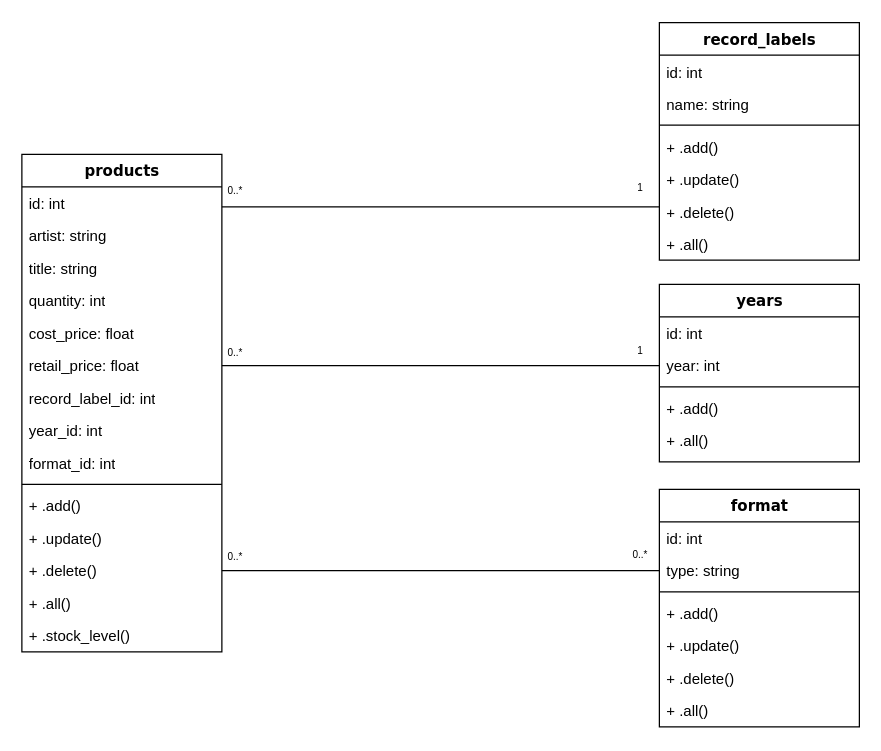
Earlier version of the draw.io diagram class_diagram_record_shop.drawio (cjmcauley/record_shop_inventory_project). Source tidied: cells renumbered, new cells numbered last; positions are measured from the earlier drawing's top-left corner, leaving out a move shared by most shapes. Both pictures are drawn from the tidied source at 125%, with x=0, y=0 at pixel (21, 21).
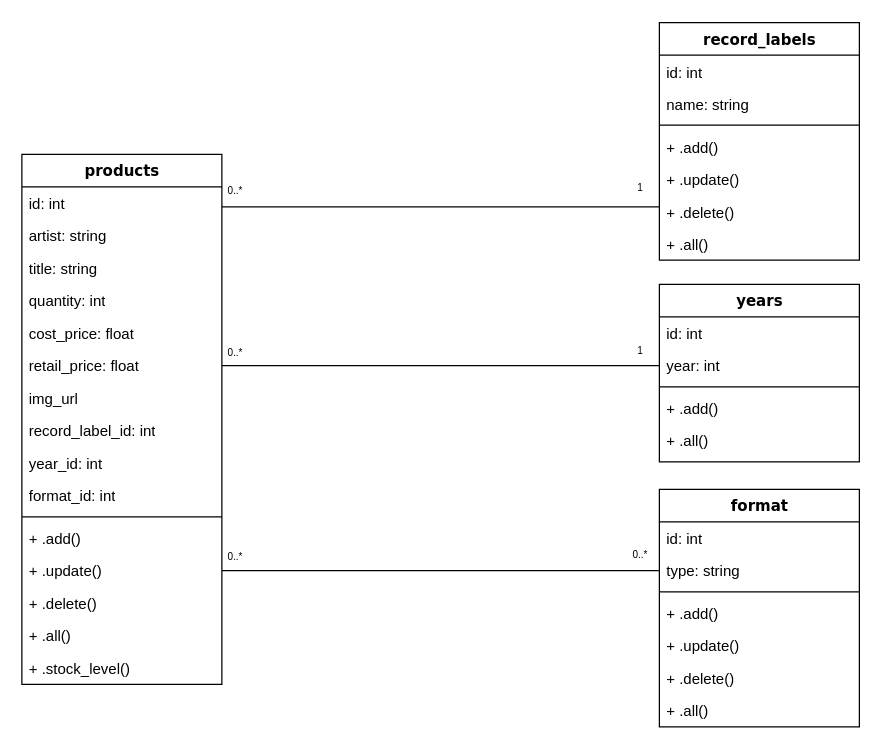
The same diagram, later.

The change refers to these unchanged cells:
```xml
<mxCell id="36" value="type: string" style="text;html=1;strokeColor=none;fillColor=none;align=left;verticalAlign=top;spacingLeft=4;spacingRight=4;whiteSpace=wrap;overflow=hidden;points=[[0,0.5],[1,0.5]];portConstraint=eastwest;" parent="34" vertex="1">
  <mxGeometry y="52" width="160" height="26" as="geometry" />
</mxCell>
```

Change to the diagram source:
```diff
@@
     <mxCell id="2" value="products" style="swimlane;html=1;fontStyle=1;align=center;verticalAlign=top;horizontal=1;startSize=26;swimlaneFillColor=#ffffff;rounded=0;shadow=0;comic=0;labelBackgroundColor=none;strokeColor=#000000;strokeWidth=1;fillColor=none;fontFamily=Verdana;fontSize=12;fontColor=#000000;" parent="1" vertex="1">
-      <mxGeometry y="106" width="160" height="398" as="geometry" />
+      <mxGeometry y="106" width="160" height="424" as="geometry" />
     </mxCell>
@@
+    <mxCell id="49" value="img_url" style="text;html=1;strokeColor=none;fillColor=none;align=left;verticalAlign=top;spacingLeft=4;spacingRight=4;whiteSpace=wrap;overflow=hidden;" parent="2" vertex="1">
+      <mxGeometry y="182" width="160" height="26" as="geometry" />
+    </mxCell>
     <mxCell id="9" value="record_label_id: int" style="text;html=1;strokeColor=none;fillColor=none;align=left;verticalAlign=top;spacingLeft=4;spacingRight=4;whiteSpace=wrap;overflow=hidden;" parent="2" vertex="1">
-      <mxGeometry y="182" width="160" height="26" as="geometry" />
+      <mxGeometry y="208" width="160" height="26" as="geometry" />
     </mxCell>
     <mxCell id="10" value="year_id: int" style="text;html=1;strokeColor=none;fillColor=none;align=left;verticalAlign=top;spacingLeft=4;spacingRight=4;whiteSpace=wrap;overflow=hidden;" parent="2" vertex="1">
-      <mxGeometry y="208" width="160" height="26" as="geometry" />
+      <mxGeometry y="234" width="160" height="26" as="geometry" />
     </mxCell>
     <mxCell id="11" value="format_id: int" style="text;html=1;strokeColor=none;fillColor=none;align=left;verticalAlign=top;spacingLeft=4;spacingRight=4;whiteSpace=wrap;overflow=hidden;" parent="2" vertex="1">
-      <mxGeometry y="234" width="160" height="26" as="geometry" />
+      <mxGeometry y="260" width="160" height="26" as="geometry" />
     </mxCell>
     <mxCell id="12" style="line;html=1;strokeWidth=1;fillColor=none;align=left;verticalAlign=middle;spacingTop=-1;spacingLeft=3;spacingRight=3;labelPosition=right;" parent="2" vertex="1">
-      <mxGeometry y="260" width="160" height="8" as="geometry" />
+      <mxGeometry y="286" width="160" height="8" as="geometry" />
     </mxCell>
     <mxCell id="13" value="+ .add()" style="text;html=1;strokeColor=none;fillColor=none;align=left;verticalAlign=top;spacingLeft=4;spacingRight=4;whiteSpace=wrap;overflow=hidden;" parent="2" vertex="1">
-      <mxGeometry y="268" width="160" height="26" as="geometry" />
+      <mxGeometry y="294" width="160" height="26" as="geometry" />
     </mxCell>
     <mxCell id="14" value="+ .update()" style="text;html=1;strokeColor=none;fillColor=none;align=left;verticalAlign=top;spacingLeft=4;spacingRight=4;whiteSpace=wrap;overflow=hidden;points=[[0,0.5],[1,0.5]];portConstraint=eastwest;" parent="2" vertex="1">
-      <mxGeometry y="294" width="160" height="26" as="geometry" />
+      <mxGeometry y="320" width="160" height="26" as="geometry" />
     </mxCell>
     <mxCell id="15" value="+ .delete()" style="text;html=1;strokeColor=none;fillColor=none;align=left;verticalAlign=top;spacingLeft=4;spacingRight=4;whiteSpace=wrap;overflow=hidden;points=[[0,0.5],[1,0.5]];portConstraint=eastwest;" parent="2" vertex="1">
-      <mxGeometry y="320" width="160" height="26" as="geometry" />
+      <mxGeometry y="346" width="160" height="26" as="geometry" />
     </mxCell>
     <mxCell id="16" value="+ .all()" style="text;html=1;strokeColor=none;fillColor=none;align=left;verticalAlign=top;spacingLeft=4;spacingRight=4;whiteSpace=wrap;overflow=hidden;" parent="2" vertex="1">
-      <mxGeometry y="346" width="160" height="26" as="geometry" />
+      <mxGeometry y="372" width="160" height="26" as="geometry" />
     </mxCell>
     <mxCell id="17" value="+ .stock_level()" style="text;html=1;strokeColor=none;fillColor=none;align=left;verticalAlign=top;spacingLeft=4;spacingRight=4;whiteSpace=wrap;overflow=hidden;" parent="2" vertex="1">
-      <mxGeometry y="372" width="160" height="26" as="geometry" />
+      <mxGeometry y="398" width="160" height="26" as="geometry" />
     </mxCell>
@@
-    <mxCell id="42" style="endArrow=none;html=1;exitX=1;exitY=0.5;exitDx=0;exitDy=0;" parent="1" edge="1" source="15" target="36">
+    <mxCell id="42" style="endArrow=none;html=1;exitX=1;exitY=0.5;exitDx=0;exitDy=0;" parent="1" edge="1" source="14" target="36">
       <mxGeometry relative="1" as="geometry" />
     </mxCell>
```
